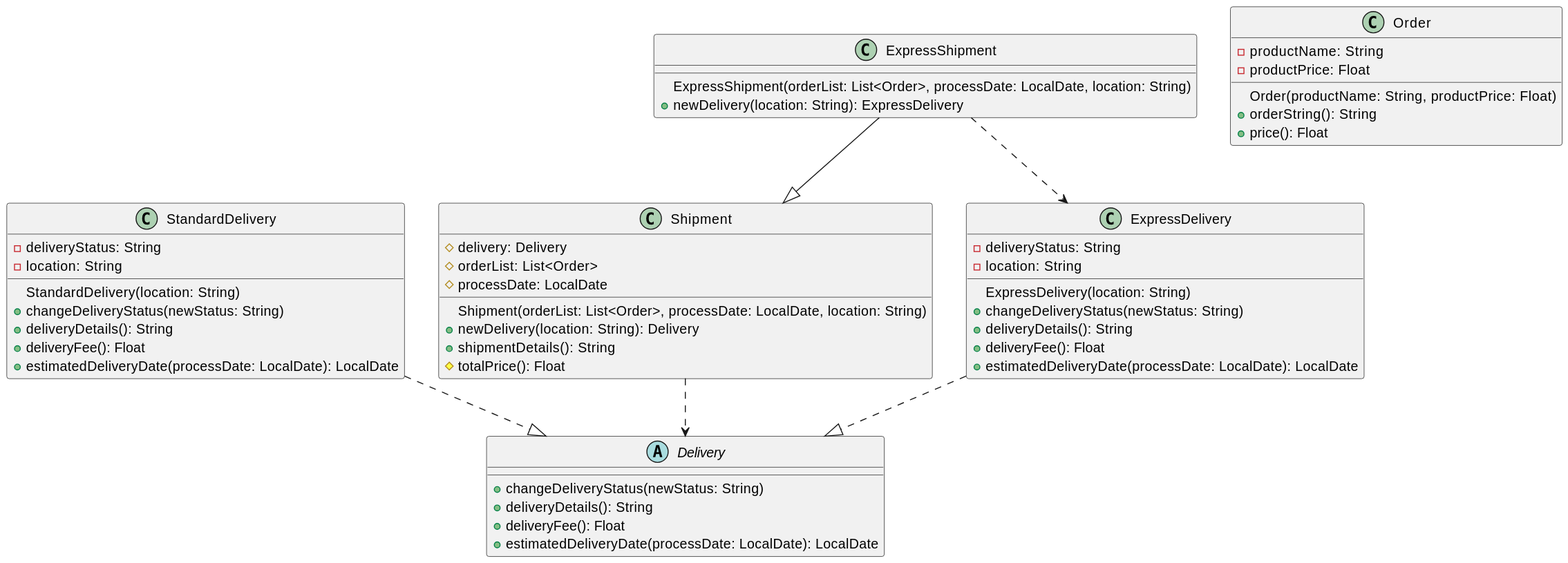
Earlier version of the PlantUML export Markdown Lecture Notes and Lab Exercises/uml/umlOutputs/Shipment.svg (HowDoIGitHelp/CMSC23MDNotes). Source of this version:
```plantuml
@startuml
abstract class Delivery
{

    + changeDeliveryStatus(newStatus: String)
    + deliveryDetails(): String
    + deliveryFee(): Float
    + estimatedDeliveryDate(processDate: LocalDate): LocalDate
}


class Order
{

    Order(productName: String, productPrice: Float)
    - productName: String
    - productPrice: Float
    + orderString(): String
    + price(): Float
}


class StandardDelivery
{

    StandardDelivery(location: String)
    - deliveryStatus: String
    - location: String
    + changeDeliveryStatus(newStatus: String)
    + deliveryDetails(): String
    + deliveryFee(): Float
    + estimatedDeliveryDate(processDate: LocalDate): LocalDate
}
StandardDelivery ..|> Delivery

class Shipment
{

    Shipment(orderList: List<Order>, processDate: LocalDate, location: String)
    # delivery: Delivery
    # orderList: List<Order>
    # processDate: LocalDate
    + newDelivery(location: String): Delivery
    + shipmentDetails(): String
    # totalPrice(): Float
}


class ExpressDelivery
{

    ExpressDelivery(location: String)
    - deliveryStatus: String
    - location: String
    + changeDeliveryStatus(newStatus: String)
    + deliveryDetails(): String
    + deliveryFee(): Float
    + estimatedDeliveryDate(processDate: LocalDate): LocalDate
}
ExpressDelivery ..|> Delivery

class ExpressShipment
{

    ExpressShipment(orderList: List<Order>, processDate: LocalDate, location: String)
    + newDelivery(location: String): ExpressDelivery
}
ExpressShipment --|> Shipment





Shipment ..> Delivery


ExpressShipment ..> ExpressDelivery
@enduml
```
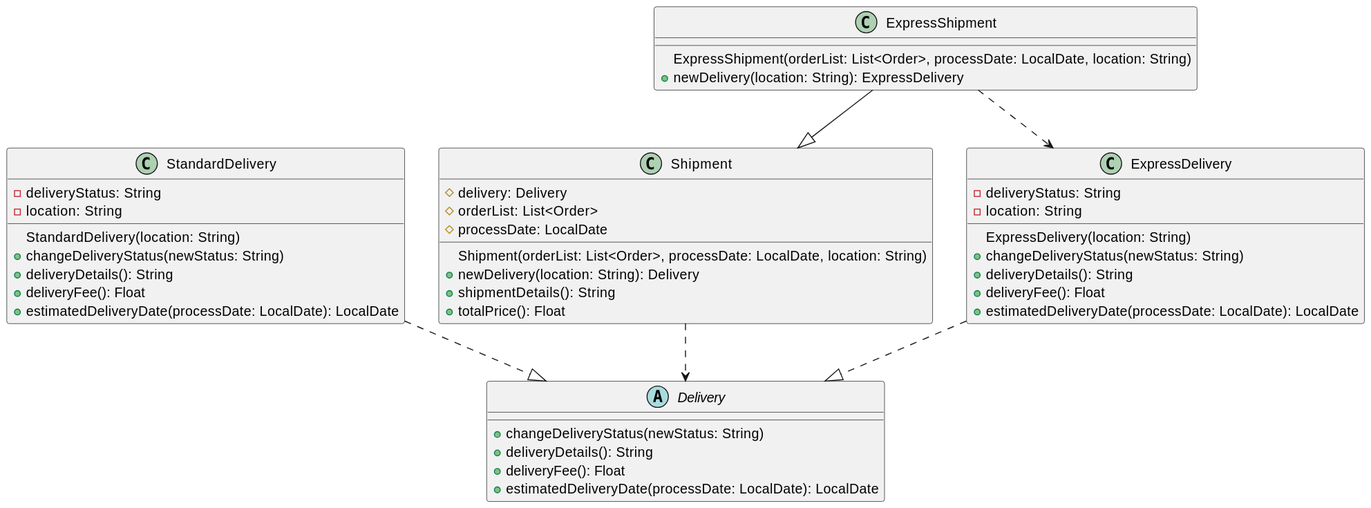
After the change.

Commit message:
add uml for lab8

Change to the diagram source:
```diff
@@ -6,17 +6,6 @@
     + deliveryDetails(): String
     + deliveryFee(): Float
     + estimatedDeliveryDate(processDate: LocalDate): LocalDate
-}
-
-
-class Order
-{
-
-    Order(productName: String, productPrice: Float)
-    - productName: String
-    - productPrice: Float
-    + orderString(): String
-    + price(): Float
 }
 
 
@@ -42,7 +31,7 @@
     # processDate: LocalDate
     + newDelivery(location: String): Delivery
     + shipmentDetails(): String
-    # totalPrice(): Float
+    + totalPrice(): Float
 }
 
 
@@ -70,7 +59,6 @@
 
 
 
-
 Shipment ..> Delivery
 
 
```
